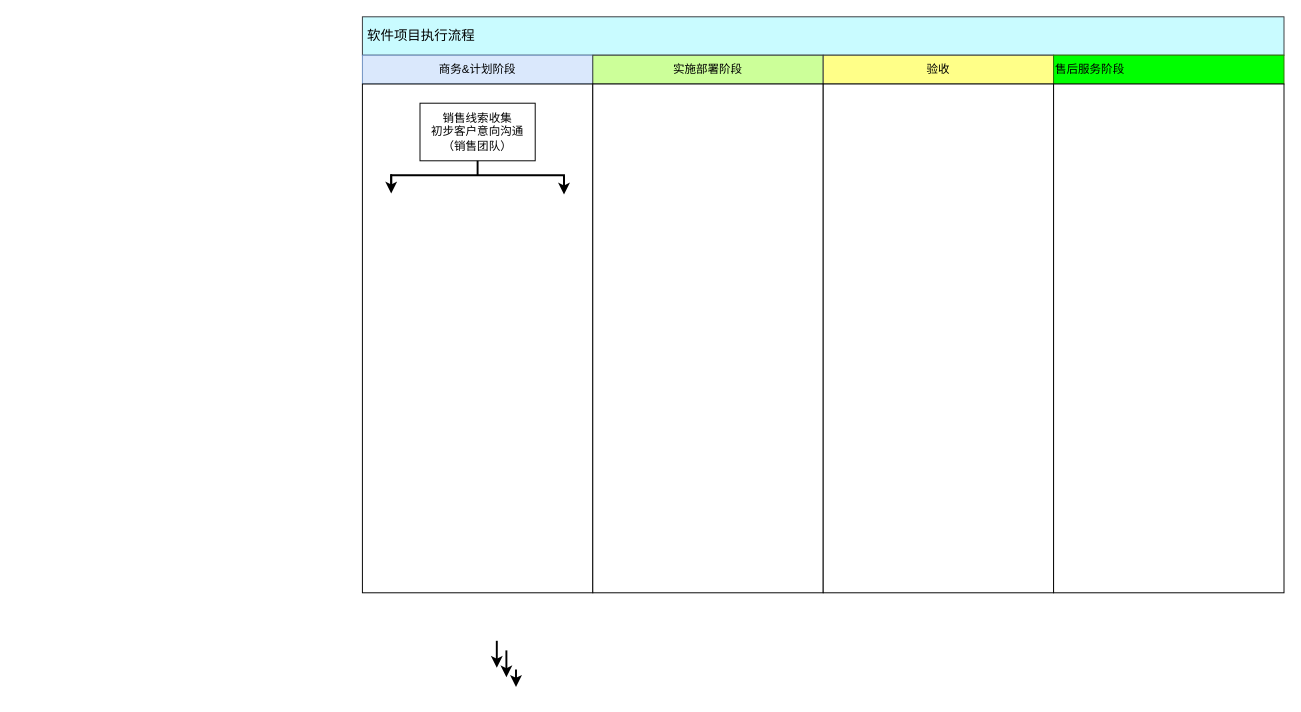
Before: 未命名绘图.drawio in pingxinerlun/Demo, a draw.io diagram. Source tidied: cells renumbered, new cells numbered last; positions are measured from the earlier drawing's top-left corner, leaving out a move shared by most shapes. Both pictures are drawn from the tidied source at 96%, with x=0, y=0 at pixel (362, 16).
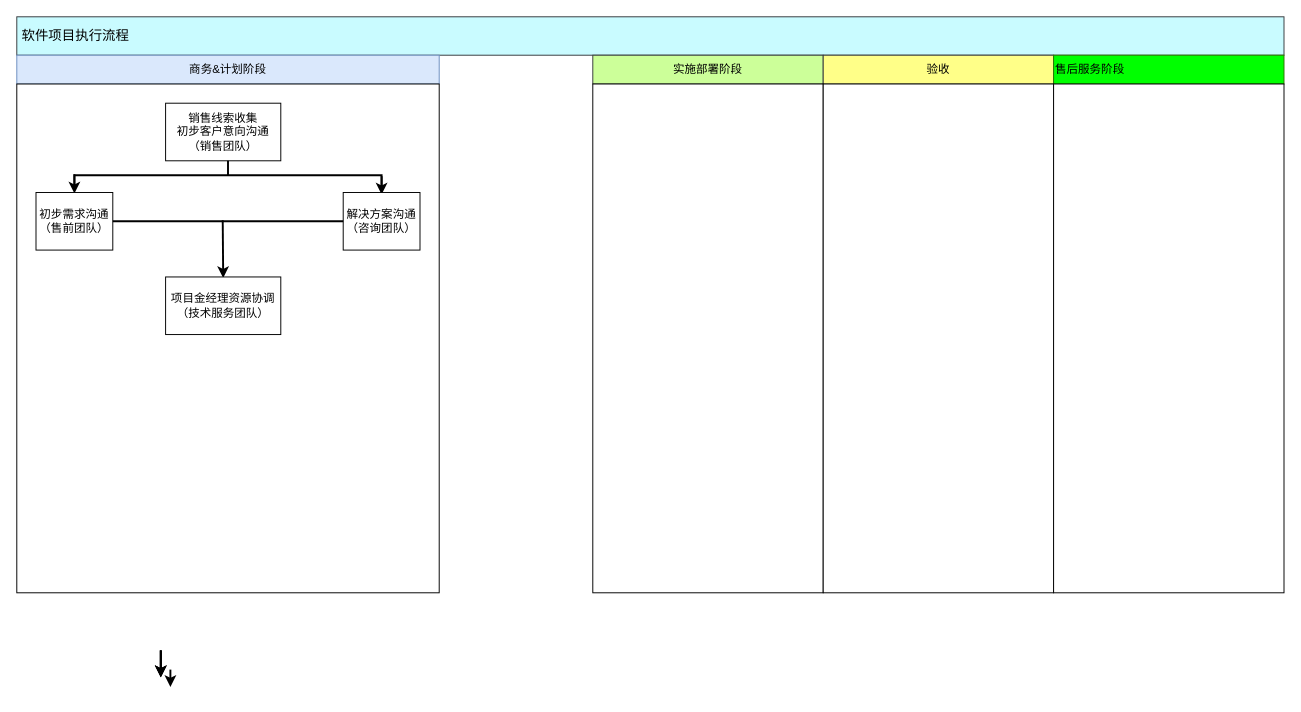
After the change.

What changed in the source:
```diff
@@
     <mxCell id="2" value="&amp;nbsp;&lt;font style=&quot;font-size: 14px&quot;&gt;软件项目执行流程&lt;/font&gt;" style="rounded=0;whiteSpace=wrap;html=1;strokeColor=#36393d;fillColor=#C9FBFF;align=left;" parent="1" vertex="1">
-      <mxGeometry width="960" height="40" as="geometry" />
+      <mxGeometry x="-360" width="1320" height="40" as="geometry" />
     </mxCell>
     <mxCell id="3" value="商务&amp;amp;计划阶段" style="rounded=0;whiteSpace=wrap;html=1;fillColor=#dae8fc;align=center;strokeColor=#6c8ebf;" parent="1" vertex="1">
-      <mxGeometry y="40" width="240" height="30" as="geometry" />
+      <mxGeometry x="-360" y="40" width="440" height="30" as="geometry" />
     </mxCell>
@@
     <mxCell id="7" style="rounded=0;whiteSpace=wrap;html=1;align=left;fillColor=#FFFFFF;" parent="1" vertex="1">
-      <mxGeometry y="70" width="240" height="530" as="geometry" />
+      <mxGeometry x="-360" y="70" width="440" height="530" as="geometry" />
     </mxCell>
@@
     <mxCell id="11" value="销售线索收集&lt;br&gt;初步客户意向沟通&lt;br&gt;（销售团队）" style="rounded=0;whiteSpace=wrap;html=1;fillColor=#FFFFFF;align=center;" parent="1" vertex="1">
-      <mxGeometry x="60" y="90" width="120" height="60" as="geometry" />
+      <mxGeometry x="-205" y="90" width="120" height="60" as="geometry" />
     </mxCell>
     <mxCell id="12" style="strokeWidth=2;html=1;shape=mxgraph.flowchart.annotation_2;align=left;labelPosition=right;fillColor=#FFFFFF;direction=south;" parent="1" vertex="1">
-      <mxGeometry x="30" y="150" width="180" height="30" as="geometry" />
+      <mxGeometry x="-300" y="150" width="320" height="30" as="geometry" />
     </mxCell>
     <mxCell id="13" style="endArrow=classic;html=1;endSize=6;strokeWidth=2;" parent="1" edge="1">
       <mxGeometry relative="1" as="geometry">
-        <mxPoint x="30" y="164" as="sourcePoint" />
-        <mxPoint x="30" y="184" as="targetPoint" />
+        <mxPoint x="-300" y="164" as="sourcePoint" />
+        <mxPoint x="-300" y="184" as="targetPoint" />
       </mxGeometry>
     </mxCell>
     <mxCell id="14" style="endArrow=classic;html=1;endSize=6;strokeWidth=2;" parent="1" edge="1">
       <mxGeometry relative="1" as="geometry">
-        <mxPoint x="210" y="166" as="sourcePoint" />
-        <mxPoint x="210" y="185" as="targetPoint" />
+        <mxPoint x="20" y="166" as="sourcePoint" />
+        <mxPoint x="20" y="185" as="targetPoint" />
       </mxGeometry>
     </mxCell>
     <mxCell id="15" style="endArrow=classic;html=1;endSize=6;strokeWidth=2;" parent="1" edge="1">
       <mxGeometry relative="1" as="geometry">
-        <mxPoint x="140" y="650" as="sourcePoint" />
-        <mxPoint x="140" y="678" as="targetPoint" />
+        <mxPoint x="-145.5" y="212" as="sourcePoint" />
+        <mxPoint x="-145" y="272" as="targetPoint" />
       </mxGeometry>
     </mxCell>
     <mxCell id="16" style="endArrow=classic;html=1;endSize=6;strokeWidth=2;" parent="1" edge="1">
       <mxGeometry relative="1" as="geometry">
-        <mxPoint x="150" y="660" as="sourcePoint" />
-        <mxPoint x="150" y="688" as="targetPoint" />
+        <mxPoint x="-210" y="660" as="sourcePoint" />
+        <mxPoint x="-210" y="688" as="targetPoint" />
       </mxGeometry>
     </mxCell>
     <mxCell id="17" style="endArrow=classic;html=1;endSize=6;strokeWidth=2;" parent="1" edge="1">
       <mxGeometry relative="1" as="geometry">
-        <mxPoint x="160" y="680" as="sourcePoint" />
-        <mxPoint x="160" y="698" as="targetPoint" />
+        <mxPoint x="-200" y="680" as="sourcePoint" />
+        <mxPoint x="-200" y="698" as="targetPoint" />
       </mxGeometry>
     </mxCell>
+    <mxCell id="18" value="初步需求沟通&lt;br&gt;（售前团队）" style="rounded=0;whiteSpace=wrap;html=1;fillColor=#FFFFFF;align=center;" parent="1" vertex="1">
+      <mxGeometry x="-340" y="183" width="80" height="60" as="geometry" />
+    </mxCell>
+    <mxCell id="19" value="解决方案沟通&lt;br&gt;（咨询团队）" style="rounded=0;whiteSpace=wrap;html=1;fillColor=#FFFFFF;align=center;" parent="1" vertex="1">
+      <mxGeometry x="-20" y="183" width="80" height="60" as="geometry" />
+    </mxCell>
+    <mxCell id="20" style="endArrow=none;html=1;strokeWidth=2;entryX=0;entryY=0.5;entryDx=0;entryDy=0;exitX=1;exitY=0.5;exitDx=0;exitDy=0;" parent="1" edge="1" source="18" target="19">
+      <mxGeometry relative="1" as="geometry" />
+    </mxCell>
+    <mxCell id="21" style="endArrow=classic;html=1;endSize=6;strokeWidth=2;" parent="1" edge="1">
+      <mxGeometry relative="1" as="geometry">
+        <mxPoint x="-210" y="660" as="sourcePoint" />
+        <mxPoint x="-210" y="688" as="targetPoint" />
+      </mxGeometry>
+    </mxCell>
+    <mxCell id="22" style="endArrow=classic;html=1;endSize=6;strokeWidth=2;" parent="1" edge="1">
+      <mxGeometry relative="1" as="geometry">
+        <mxPoint x="-210" y="660" as="sourcePoint" />
+        <mxPoint x="-210" y="688" as="targetPoint" />
+      </mxGeometry>
+    </mxCell>
+    <mxCell id="23" value="项目金经理资源协调&lt;br&gt;（技术服务团队）" style="rounded=0;whiteSpace=wrap;html=1;fillColor=#FFFFFF;align=center;" parent="1" vertex="1">
+      <mxGeometry x="-205" y="271" width="120" height="60" as="geometry" />
+    </mxCell>
```
